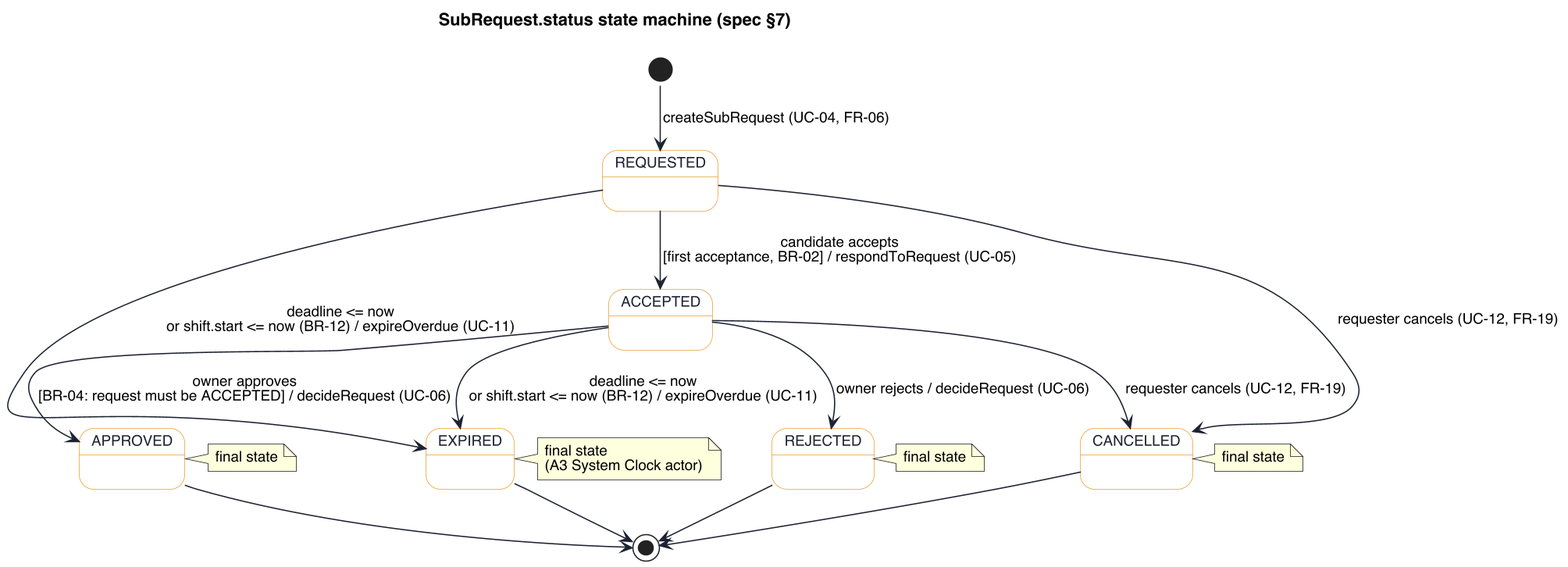
keemlogan/shiftswap keeps this PlantUML diagram as uml/state-subrequest.png. Above is the earlier version.
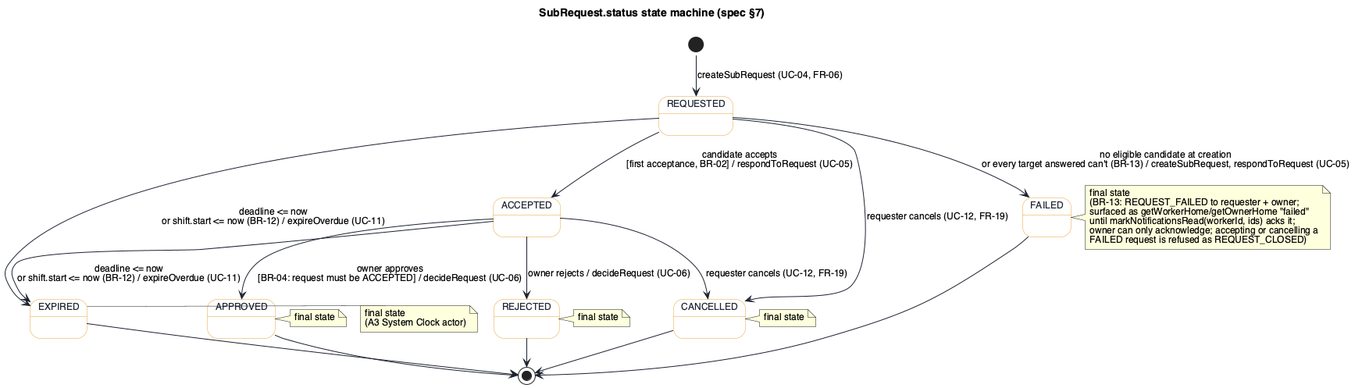
The same diagram one commit later.

Change to the diagram source:
```diff
@@ -1,5 +1,4 @@
 @startuml state-subrequest
-skinparamlocked dpi 150
 !pragma layout smetana
 skinparam defaultFontName "Helvetica"
 skinparam defaultFontSize 12
@@ -23,10 +22,12 @@
 state ACCEPTED <<sub>>
 state APPROVED <<sub>>
 state REJECTED <<sub>>
+state FAILED <<sub>>
 state EXPIRED <<sub>>
 state CANCELLED <<sub>>
 
 REQUESTED --> ACCEPTED : candidate accepts\n[first acceptance, BR-02] / respondToRequest (UC-05)
+REQUESTED --> FAILED : no eligible candidate at creation\nor every target answered can't (BR-13) / createSubRequest, respondToRequest (UC-05)
 REQUESTED --> EXPIRED : deadline <= now\nor shift.start <= now (BR-12) / expireOverdue (UC-11)
 REQUESTED --> CANCELLED : requester cancels (UC-12, FR-19)
 
@@ -37,11 +38,13 @@
 
 APPROVED --> [*]
 REJECTED --> [*]
+FAILED --> [*]
 EXPIRED --> [*]
 CANCELLED --> [*]
 
 note right of APPROVED : final state
 note right of REJECTED : final state
+note right of FAILED : final state\n(BR-13: REQUEST_FAILED to requester + owner;\nsurfaced as getWorkerHome/getOwnerHome "failed"\nuntil markNotificationsRead(workerId, ids) acks it;\nowner can only acknowledge; accepting or cancelling a\nFAILED request is refused as REQUEST_CLOSED)
 note right of EXPIRED : final state\n(A3 System Clock actor)
 note right of CANCELLED : final state
 @enduml
```
